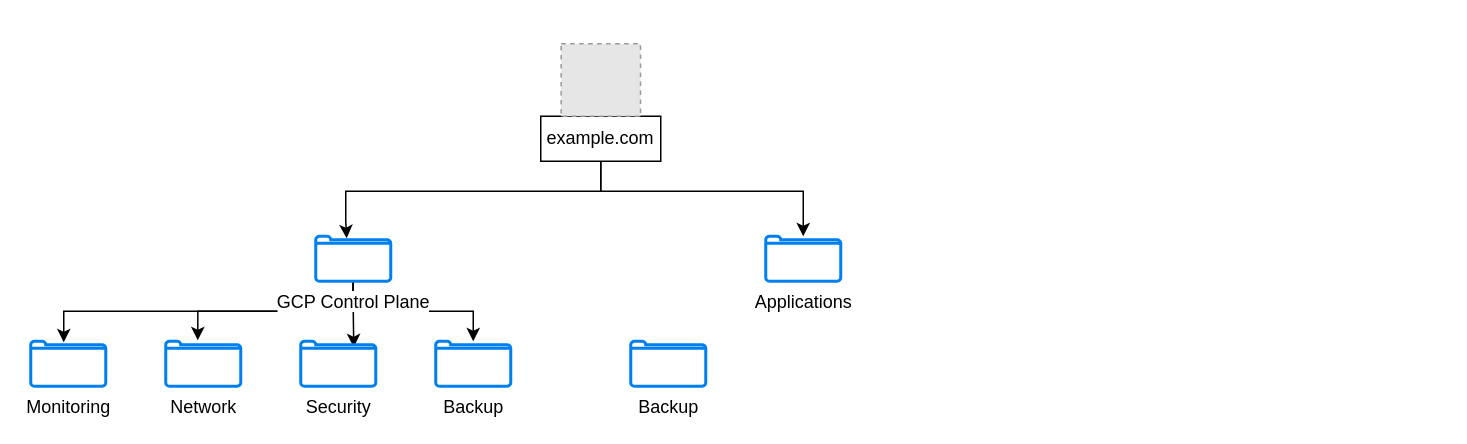
Before: architecture-diagrams/GCP_Org.drawio in daslearning/gcp, a draw.io diagram. Source tidied: cells renumbered, new cells numbered last; positions are measured from the earlier drawing's top-left corner, leaving out a move shared by most shapes. Both pictures are drawn from the tidied source at 150%, with x=0, y=0 at pixel (30, 44). Pictures stored in the file or linked from it are replaced by grey dashed boxes.
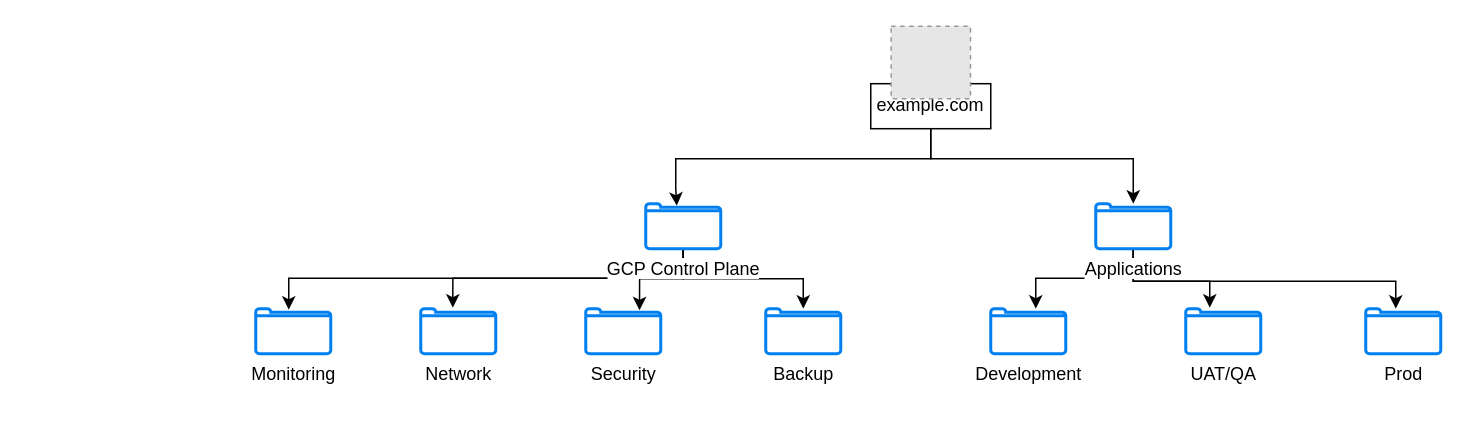
After the change.

The edit, as a diff of the source:
```diff
@@
     <mxCell id="2" style="edgeStyle=orthogonalEdgeStyle;rounded=0;jettySize=auto;html=1;entryX=0.413;entryY=0.044;entryDx=0;entryDy=0;entryPerimeter=0;" parent="1" edge="1" source="4" target="10">
       <mxGeometry relative="1" as="geometry">
         <Array as="points">
-          <mxPoint x="380" y="98" />
-          <mxPoint x="210" y="98" />
-          <mxPoint x="210" y="118" />
+          <mxPoint x="600" y="76.3" />
+          <mxPoint x="430" y="76.3" />
+          <mxPoint x="430" y="96.3" />
         </Array>
       </mxGeometry>
     </mxCell>
     <mxCell id="3" style="edgeStyle=orthogonalEdgeStyle;rounded=0;jettySize=auto;html=1;" parent="1" edge="1" source="4" target="15">
       <mxGeometry relative="1" as="geometry">
         <Array as="points">
-          <mxPoint x="380" y="98" />
-          <mxPoint x="515" y="98" />
+          <mxPoint x="600" y="76.3" />
+          <mxPoint x="735" y="76.3" />
         </Array>
       </mxGeometry>
     </mxCell>
     <mxCell id="4" value="example.com" style="rounded=0;whiteSpace=wrap;html=1;" parent="1" vertex="1">
-      <mxGeometry x="340" y="48" width="80" height="30" as="geometry" />
+      <mxGeometry x="560" y="26.3" width="80" height="30" as="geometry" />
     </mxCell>
     <mxCell id="5" style="fillColor=#E6E6E6;strokeColor=#999999;dashed=1;verticalLabelPosition=bottom;labelBackgroundColor=default;verticalAlign=top;" parent="1" vertex="1">
-      <mxGeometry x="353.6" y="-0.3" width="52.9" height="48.3" as="geometry" />
+      <mxGeometry x="573.6" y="-12" width="52.9" height="48.3" as="geometry" />
     </mxCell>
-    <mxCell id="6" style="edgeStyle=orthogonalEdgeStyle;rounded=0;jettySize=auto;html=1;entryX=0.707;entryY=0.133;entryDx=0;entryDy=0;entryPerimeter=0;" parent="1" edge="1" source="10" target="12">
+    <mxCell id="6" style="edgeStyle=orthogonalEdgeStyle;rounded=0;jettySize=auto;html=1;entryX=0.717;entryY=0.035;entryDx=0;entryDy=0;entryPerimeter=0;" parent="1" edge="1" source="10" target="12">
       <mxGeometry relative="1" as="geometry" />
     </mxCell>
     <mxCell id="7" style="edgeStyle=orthogonalEdgeStyle;rounded=0;jettySize=auto;html=1;entryX=0.427;entryY=-0.022;entryDx=0;entryDy=0;entryPerimeter=0;" parent="1" edge="1" source="10" target="11">
       <mxGeometry relative="1" as="geometry">
         <Array as="points">
-          <mxPoint x="215" y="178" />
-          <mxPoint x="111" y="178" />
+          <mxPoint x="435" y="156" />
+          <mxPoint x="281" y="156" />
         </Array>
       </mxGeometry>
     </mxCell>
     <mxCell id="8" style="edgeStyle=orthogonalEdgeStyle;rounded=0;jettySize=auto;html=1;entryX=0.44;entryY=0.022;entryDx=0;entryDy=0;entryPerimeter=0;" parent="1" edge="1" source="10" target="13">
       <mxGeometry relative="1" as="geometry">
         <Array as="points">
-          <mxPoint x="215" y="178" />
-          <mxPoint x="22" y="178" />
+          <mxPoint x="435" y="156" />
+          <mxPoint x="172" y="156" />
         </Array>
       </mxGeometry>
     </mxCell>
     <mxCell id="9" style="edgeStyle=orthogonalEdgeStyle;rounded=0;jettySize=auto;html=1;" parent="1" edge="1" source="10" target="14">
       <mxGeometry relative="1" as="geometry">
         <Array as="points">
-          <mxPoint x="215" y="178" />
-          <mxPoint x="295" y="178" />
+          <mxPoint x="435" y="156.3" />
+          <mxPoint x="515" y="156.3" />
         </Array>
       </mxGeometry>
     </mxCell>
     <mxCell id="10" value="GCP Control Plane" style="html=1;verticalLabelPosition=bottom;align=center;labelBackgroundColor=#ffffff;verticalAlign=top;strokeWidth=2;strokeColor=#0080F0;shadow=0;dashed=0;shape=mxgraph.ios7.icons.folder;" parent="1" vertex="1">
-      <mxGeometry x="190" y="128" width="50" height="30" as="geometry" />
+      <mxGeometry x="410" y="106.3" width="50" height="30" as="geometry" />
     </mxCell>
     <mxCell id="11" value="Network" style="html=1;verticalLabelPosition=bottom;align=center;labelBackgroundColor=#ffffff;verticalAlign=top;strokeWidth=2;strokeColor=#0080F0;shadow=0;dashed=0;shape=mxgraph.ios7.icons.folder;" parent="1" vertex="1">
-      <mxGeometry x="90" y="198" width="50" height="30" as="geometry" />
+      <mxGeometry x="260" y="176.3" width="50" height="30" as="geometry" />
     </mxCell>
     <mxCell id="12" value="Security" style="html=1;verticalLabelPosition=bottom;align=center;labelBackgroundColor=#ffffff;verticalAlign=top;strokeWidth=2;strokeColor=#0080F0;shadow=0;dashed=0;shape=mxgraph.ios7.icons.folder;" parent="1" vertex="1">
-      <mxGeometry x="180" y="198" width="50" height="30" as="geometry" />
+      <mxGeometry x="370" y="176.3" width="50" height="30" as="geometry" />
     </mxCell>
     <mxCell id="13" value="Monitoring" style="html=1;verticalLabelPosition=bottom;align=center;labelBackgroundColor=#ffffff;verticalAlign=top;strokeWidth=2;strokeColor=#0080F0;shadow=0;dashed=0;shape=mxgraph.ios7.icons.folder;" parent="1" vertex="1">
-      <mxGeometry y="198" width="50" height="30" as="geometry" />
+      <mxGeometry x="150" y="176.3" width="50" height="30" as="geometry" />
     </mxCell>
     <mxCell id="14" value="Backup" style="html=1;verticalLabelPosition=bottom;align=center;labelBackgroundColor=#ffffff;verticalAlign=top;strokeWidth=2;strokeColor=#0080F0;shadow=0;dashed=0;shape=mxgraph.ios7.icons.folder;" parent="1" vertex="1">
-      <mxGeometry x="270" y="198" width="50" height="30" as="geometry" />
+      <mxGeometry x="490" y="176.3" width="50" height="30" as="geometry" />
     </mxCell>
+    <mxCell id="17" style="edgeStyle=orthogonalEdgeStyle;rounded=0;jettySize=auto;html=1;entryX=0.6;entryY=0;entryDx=0;entryDy=0;entryPerimeter=0;" parent="1" edge="1" source="15" target="16">
+      <mxGeometry relative="1" as="geometry">
+        <Array as="points">
+          <mxPoint x="735" y="156" />
+          <mxPoint x="670" y="156" />
+        </Array>
+      </mxGeometry>
+    </mxCell>
+    <mxCell id="18" style="edgeStyle=orthogonalEdgeStyle;rounded=0;jettySize=auto;html=1;entryX=0.32;entryY=-0.022;entryDx=0;entryDy=0;entryPerimeter=0;" parent="1" edge="1" source="15" target="20">
+      <mxGeometry relative="1" as="geometry">
+        <Array as="points">
+          <mxPoint x="735" y="158" />
+          <mxPoint x="786" y="158" />
+        </Array>
+      </mxGeometry>
+    </mxCell>
+    <mxCell id="19" style="edgeStyle=orthogonalEdgeStyle;rounded=0;jettySize=auto;html=1;" parent="1" edge="1" source="15" target="21">
+      <mxGeometry relative="1" as="geometry">
+        <Array as="points">
+          <mxPoint x="735" y="158" />
+          <mxPoint x="910" y="158" />
+        </Array>
+      </mxGeometry>
+    </mxCell>
     <mxCell id="15" value="Applications" style="html=1;verticalLabelPosition=bottom;align=center;labelBackgroundColor=#ffffff;verticalAlign=top;strokeWidth=2;strokeColor=#0080F0;shadow=0;dashed=0;shape=mxgraph.ios7.icons.folder;" parent="1" vertex="1">
-      <mxGeometry x="490" y="128" width="50" height="30" as="geometry" />
+      <mxGeometry x="710" y="106.3" width="50" height="30" as="geometry" />
     </mxCell>
-    <mxCell id="16" value="Backup" style="html=1;verticalLabelPosition=bottom;align=center;labelBackgroundColor=#ffffff;verticalAlign=top;strokeWidth=2;strokeColor=#0080F0;shadow=0;dashed=0;shape=mxgraph.ios7.icons.folder;" parent="1" vertex="1">
-      <mxGeometry x="400" y="198" width="50" height="30" as="geometry" />
+    <mxCell id="16" value="Development" style="html=1;verticalLabelPosition=bottom;align=center;labelBackgroundColor=#ffffff;verticalAlign=top;strokeWidth=2;strokeColor=#0080F0;shadow=0;dashed=0;shape=mxgraph.ios7.icons.folder;" parent="1" vertex="1">
+      <mxGeometry x="640" y="176.3" width="50" height="30" as="geometry" />
     </mxCell>
+    <mxCell id="20" value="UAT/QA" style="html=1;verticalLabelPosition=bottom;align=center;labelBackgroundColor=#ffffff;verticalAlign=top;strokeWidth=2;strokeColor=#0080F0;shadow=0;dashed=0;shape=mxgraph.ios7.icons.folder;" parent="1" vertex="1">
+      <mxGeometry x="770" y="176.3" width="50" height="30" as="geometry" />
+    </mxCell>
+    <mxCell id="21" value="Prod" style="html=1;verticalLabelPosition=bottom;align=center;labelBackgroundColor=#ffffff;verticalAlign=top;strokeWidth=2;strokeColor=#0080F0;shadow=0;dashed=0;shape=mxgraph.ios7.icons.folder;" parent="1" vertex="1">
+      <mxGeometry x="890" y="176.3" width="50" height="30" as="geometry" />
+    </mxCell>
```
